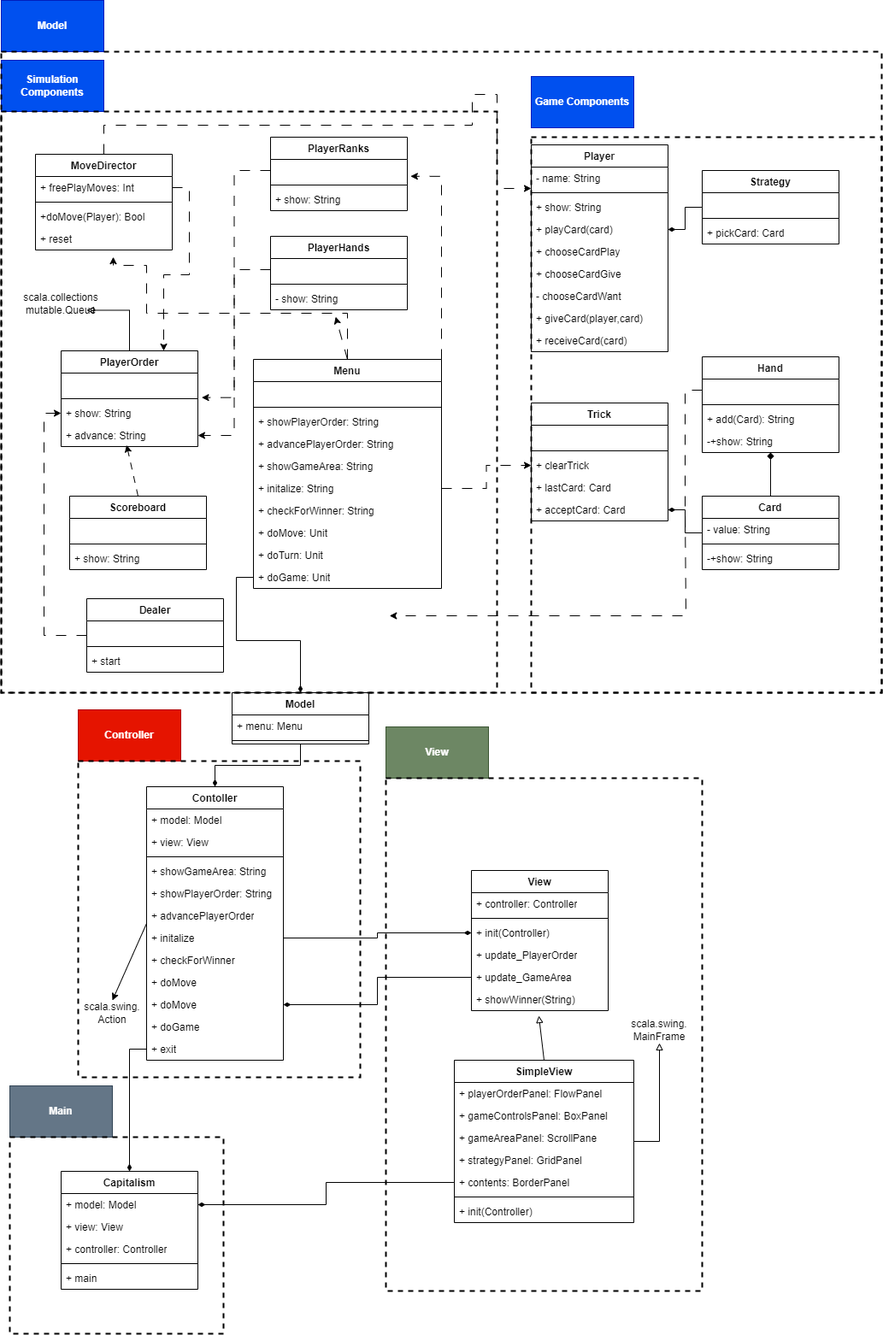
gbv3003/capitalism-personal keeps this draw.io diagram as Capatalism_Updated_Class_Diagram.png. Above is the earlier version. Source tidied: cells renumbered, new cells last; positions are measured from the earlier drawing's top-left corner, leaving out a move shared by most shapes.
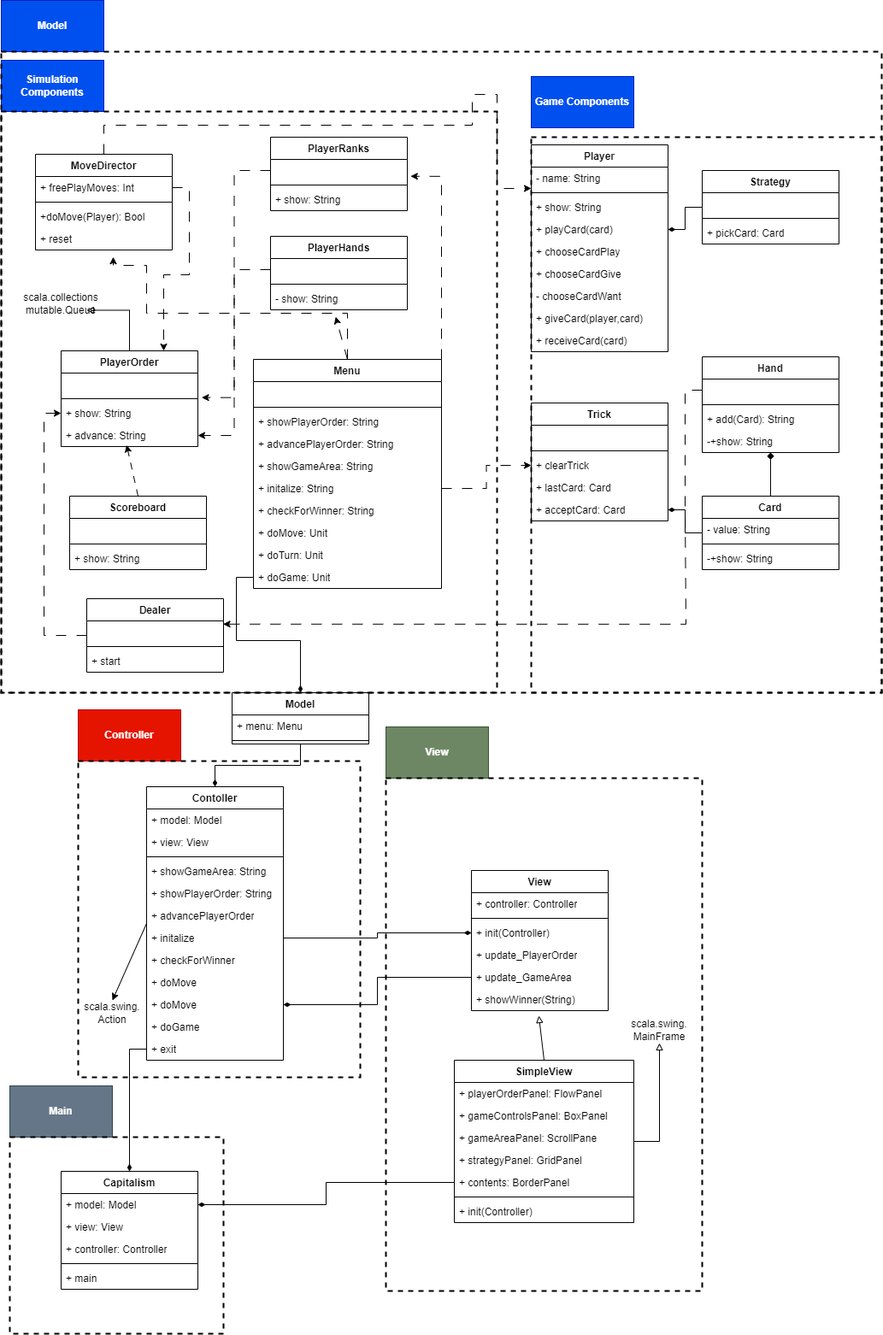
Later version of the same file.

What changed in the source:
```diff
@@ -441,12 +441,12 @@
     <mxCell id="142" style="rounded=0;whiteSpace=wrap;html=1;dashed=1;fillColor=none;strokeWidth=2;" parent="1" vertex="1">
       <mxGeometry y="60" width="1030" height="750" as="geometry" />
     </mxCell>
-    <mxCell id="143" style="edgeStyle=orthogonalEdgeStyle;rounded=0;jettySize=auto;html=1;exitX=0;exitY=0.5;exitDx=0;exitDy=0;entryX=0.441;entryY=0.88;entryDx=0;entryDy=0;entryPerimeter=0;dashed=1;dashPattern=12 12;" parent="1" edge="1" source="13" target="142">
+    <mxCell id="143" style="edgeStyle=orthogonalEdgeStyle;rounded=0;jettySize=auto;html=1;exitX=0;exitY=0.5;exitDx=0;exitDy=0;entryX=0.252;entryY=0.893;entryDx=0;entryDy=0;entryPerimeter=0;dashed=1;dashPattern=12 12;" parent="1" edge="1" source="13" target="142">
       <mxGeometry relative="1" as="geometry">
         <Array as="points">
           <mxPoint x="800" y="456" />
           <mxPoint x="800" y="595" />
-          <mxPoint x="801" y="720" />
+          <mxPoint x="801" y="730" />
         </Array>
       </mxGeometry>
     </mxCell>
```
